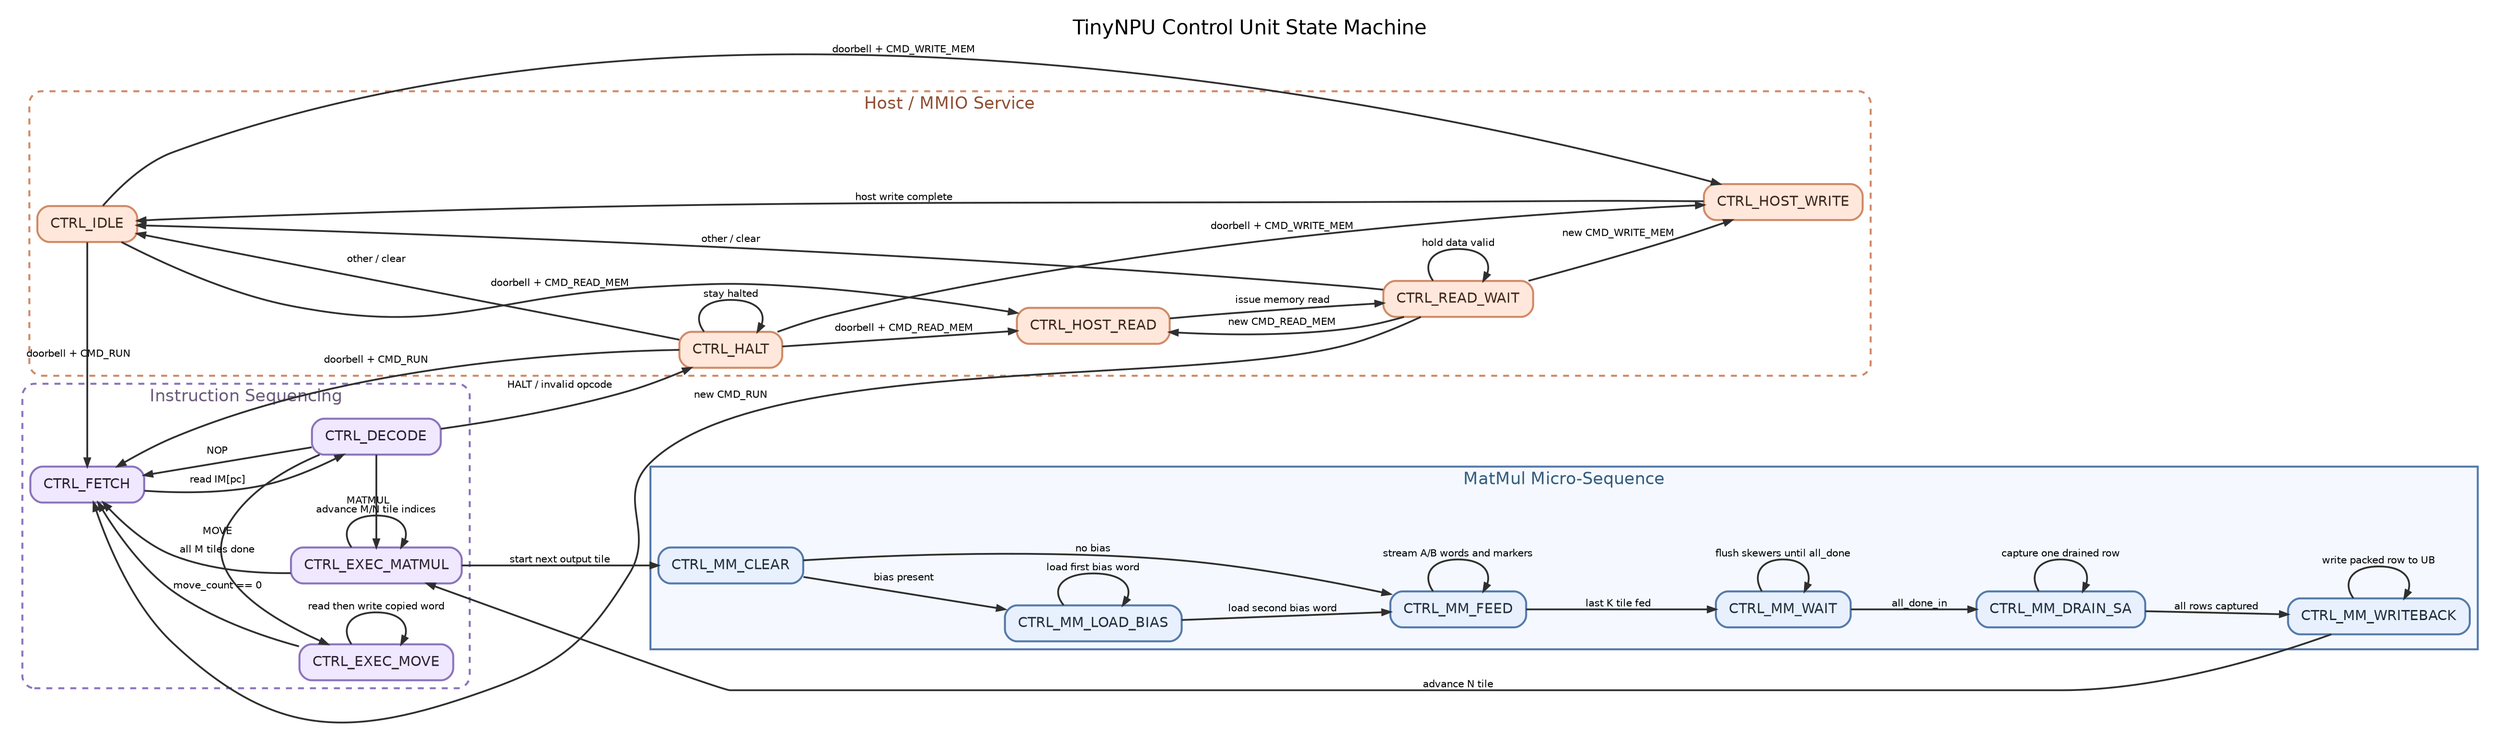
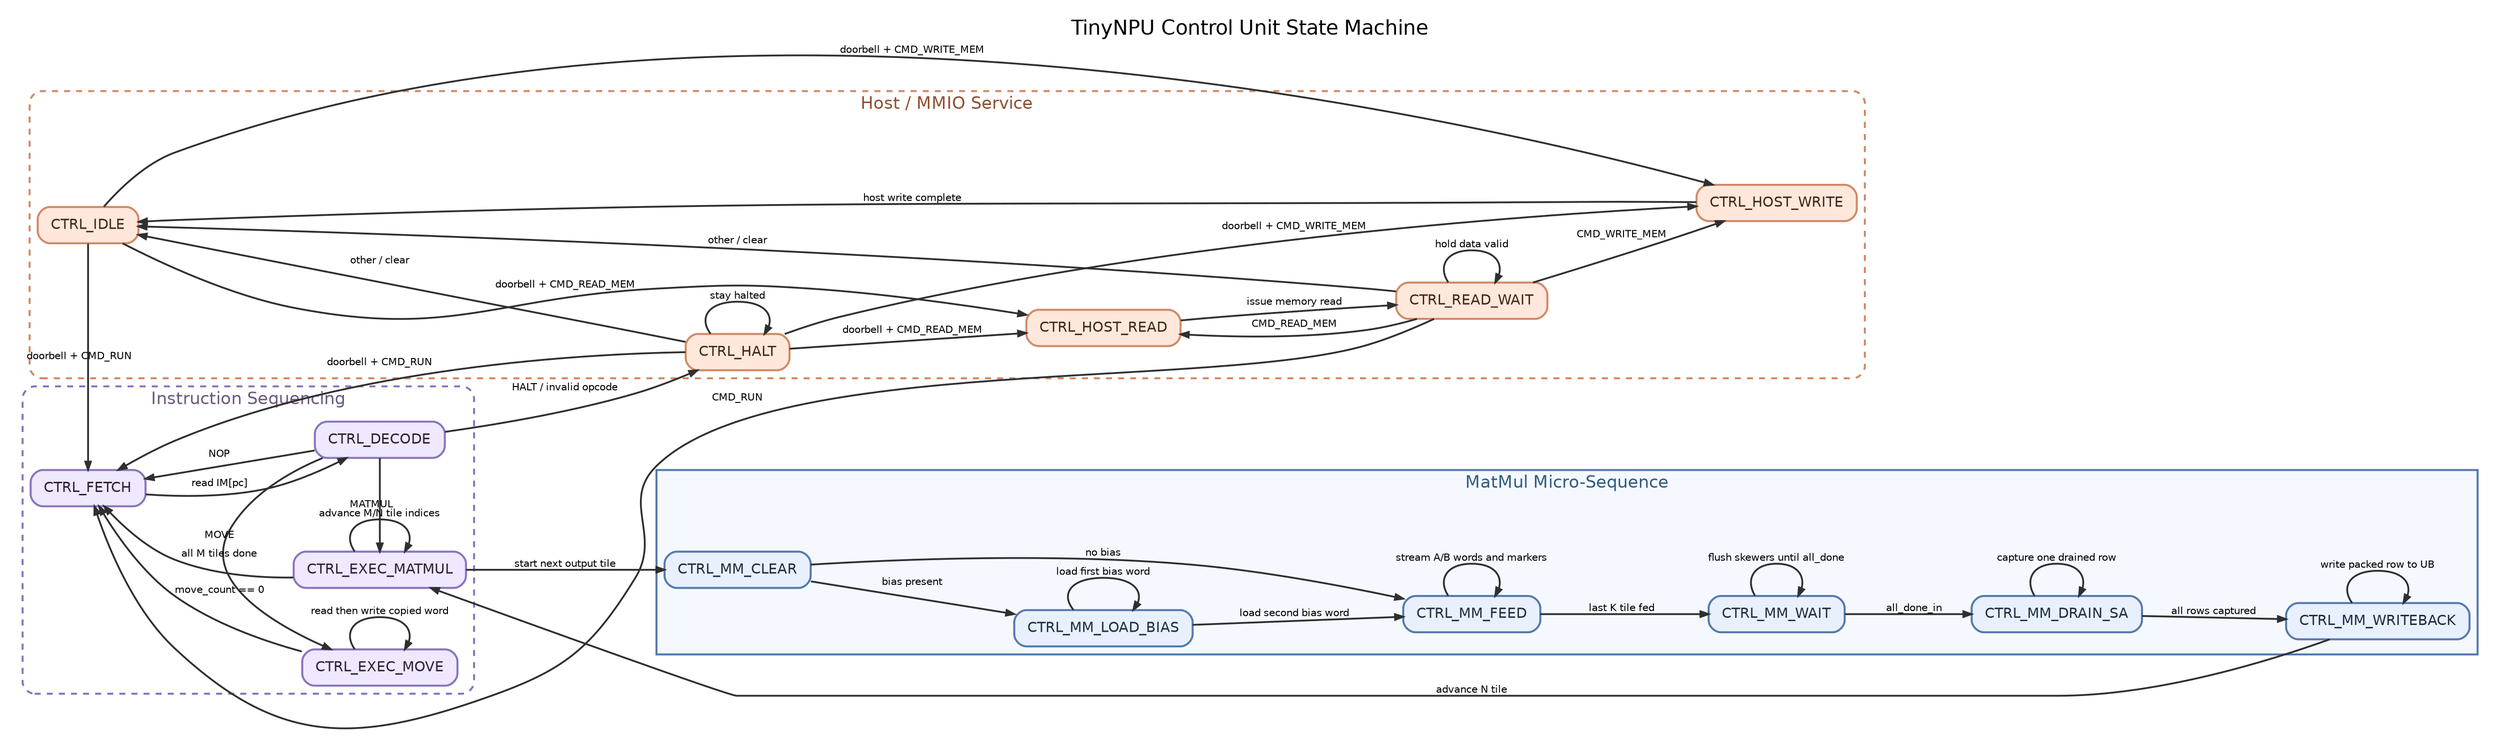
digraph TinyNPUControlStates {
    graph [
        rankdir=LR,
        newrank=true,
        splines=true,
        pad=0.2,
        nodesep=0.45,
        ranksep=0.8,
        bgcolor="white",
        fontname="Helvetica",
        fontsize=20,
        labelloc=t,
        label="TinyNPU Control Unit State Machine"
    ];

    node [
        shape=box,
        style="rounded,filled",
        fontname="Helvetica",
        fontsize=14,
        penwidth=2.0,
        margin="0.18,0.12"
    ];

    edge [
        fontname="Helvetica",
        fontsize=10,
        color="#2f2f2f",
        penwidth=1.8,
        arrowsize=0.8
    ];

    subgraph cluster_host {
        label="Host / MMIO Service";
        color="#D18A66";
        penwidth=2.0;
        style="rounded,dashed";
        fillcolor="white";
        fontcolor="#8F4F32";
        fontsize=17;

        IDLE [label="CTRL_IDLE", fillcolor="#FFE8DB", color="#D18A66", fontcolor="#40261d"];
        HOST_WRITE [label="CTRL_HOST_WRITE", fillcolor="#FFE8DB", color="#D18A66", fontcolor="#40261d"];
        HOST_READ [label="CTRL_HOST_READ", fillcolor="#FFE8DB", color="#D18A66", fontcolor="#40261d"];
        READ_WAIT [label="CTRL_READ_WAIT", fillcolor="#FFE8DB", color="#D18A66", fontcolor="#40261d"];
        HALT [label="CTRL_HALT", fillcolor="#FFE8DB", color="#D18A66", fontcolor="#40261d"];
    }

    subgraph cluster_issue {
        label="Instruction Sequencing";
        color="#8B74BD";
        penwidth=2.0;
        style="rounded,dashed";
        fillcolor="white";
        fontcolor="#6C5B7B";
        fontsize=17;

        FETCH [label="CTRL_FETCH", fillcolor="#EFE8FF", color="#8B74BD", fontcolor="#2c2236"];
        DECODE [label="CTRL_DECODE", fillcolor="#EFE8FF", color="#8B74BD", fontcolor="#2c2236"];
        EXEC_MOVE [label="CTRL_EXEC_MOVE", fillcolor="#EFE8FF", color="#8B74BD", fontcolor="#2c2236"];
        EXEC_MATMUL [label="CTRL_EXEC_MATMUL", fillcolor="#EFE8FF", color="#8B74BD", fontcolor="#2c2236"];
    }

    subgraph cluster_matmul {
        label="MatMul Micro-Sequence";
        color="#557AAB";
        penwidth=2.0;
        style="filled";
        fillcolor="#F5F9FF";
        fontcolor="#355C7D";
        fontsize=17;

        MM_CLEAR [label="CTRL_MM_CLEAR", fillcolor="#E8F0FE", color="#557AAB", fontcolor="#1f2d3d"];
        MM_LOAD_BIAS [label="CTRL_MM_LOAD_BIAS", fillcolor="#E8F0FE", color="#557AAB", fontcolor="#1f2d3d"];
        MM_FEED [label="CTRL_MM_FEED", fillcolor="#E8F0FE", color="#557AAB", fontcolor="#1f2d3d"];
        MM_WAIT [label="CTRL_MM_WAIT", fillcolor="#E8F0FE", color="#557AAB", fontcolor="#1f2d3d"];
        MM_DRAIN_SA [label="CTRL_MM_DRAIN_SA", fillcolor="#E8F0FE", color="#557AAB", fontcolor="#1f2d3d"];
        MM_WRITEBACK [label="CTRL_MM_WRITEBACK", fillcolor="#E8F0FE", color="#557AAB", fontcolor="#1f2d3d"];
    }

    { rank=same; IDLE; FETCH; }
    { rank=same; DECODE; EXEC_MOVE; EXEC_MATMUL; }

    IDLE -> HOST_WRITE [label="doorbell + CMD_WRITE_MEM"];
    IDLE -> HOST_READ [label="doorbell + CMD_READ_MEM"];
    IDLE -> FETCH [label="doorbell + CMD_RUN"];

    HOST_WRITE -> IDLE [label="host write complete"];
    HOST_READ -> READ_WAIT [label="issue memory read"];

    READ_WAIT -> READ_WAIT [label="hold data valid"];
-     READ_WAIT -> HOST_WRITE [label="new CMD_WRITE_MEM"];
-     READ_WAIT -> HOST_READ [label="new CMD_READ_MEM"];
-     READ_WAIT -> FETCH [label="new CMD_RUN"];
+     READ_WAIT -> HOST_WRITE [label="CMD_WRITE_MEM"];
+     READ_WAIT -> HOST_READ [label="CMD_READ_MEM"];
+     READ_WAIT -> FETCH [label="CMD_RUN"];
    READ_WAIT -> IDLE [label="other / clear"];

    FETCH -> DECODE [label="read IM[pc]"];
    DECODE -> FETCH [label="NOP"];
    DECODE -> EXEC_MOVE [label="MOVE"];
    DECODE -> EXEC_MATMUL [label="MATMUL"];
    DECODE -> HALT [label="HALT / invalid opcode"];

    EXEC_MOVE -> EXEC_MOVE [label="read then write copied word"];
    EXEC_MOVE -> FETCH [label="move_count == 0"];

    EXEC_MATMUL -> FETCH [label="all M tiles done"];
    EXEC_MATMUL -> EXEC_MATMUL [label="advance M/N tile indices"];
    EXEC_MATMUL -> MM_CLEAR [label="start next output tile"];

    MM_CLEAR -> MM_LOAD_BIAS [label="bias present"];
    MM_CLEAR -> MM_FEED [label="no bias"];

    MM_LOAD_BIAS -> MM_LOAD_BIAS [label="load first bias word"];
    MM_LOAD_BIAS -> MM_FEED [label="load second bias word"];

    MM_FEED -> MM_FEED [label="stream A/B words and markers"];
    MM_FEED -> MM_WAIT [label="last K tile fed"];

    MM_WAIT -> MM_WAIT [label="flush skewers until all_done"];
    MM_WAIT -> MM_DRAIN_SA [label="all_done_in"];

    MM_DRAIN_SA -> MM_DRAIN_SA [label="capture one drained row"];
    MM_DRAIN_SA -> MM_WRITEBACK [label="all rows captured"];

    MM_WRITEBACK -> MM_WRITEBACK [label="write packed row to UB"];
    MM_WRITEBACK -> EXEC_MATMUL [label="advance N tile"];

    HALT -> HALT [label="stay halted"];
    HALT -> HOST_WRITE [label="doorbell + CMD_WRITE_MEM"];
    HALT -> HOST_READ [label="doorbell + CMD_READ_MEM"];
    HALT -> FETCH [label="doorbell + CMD_RUN"];
    HALT -> IDLE [label="other / clear"];
}
